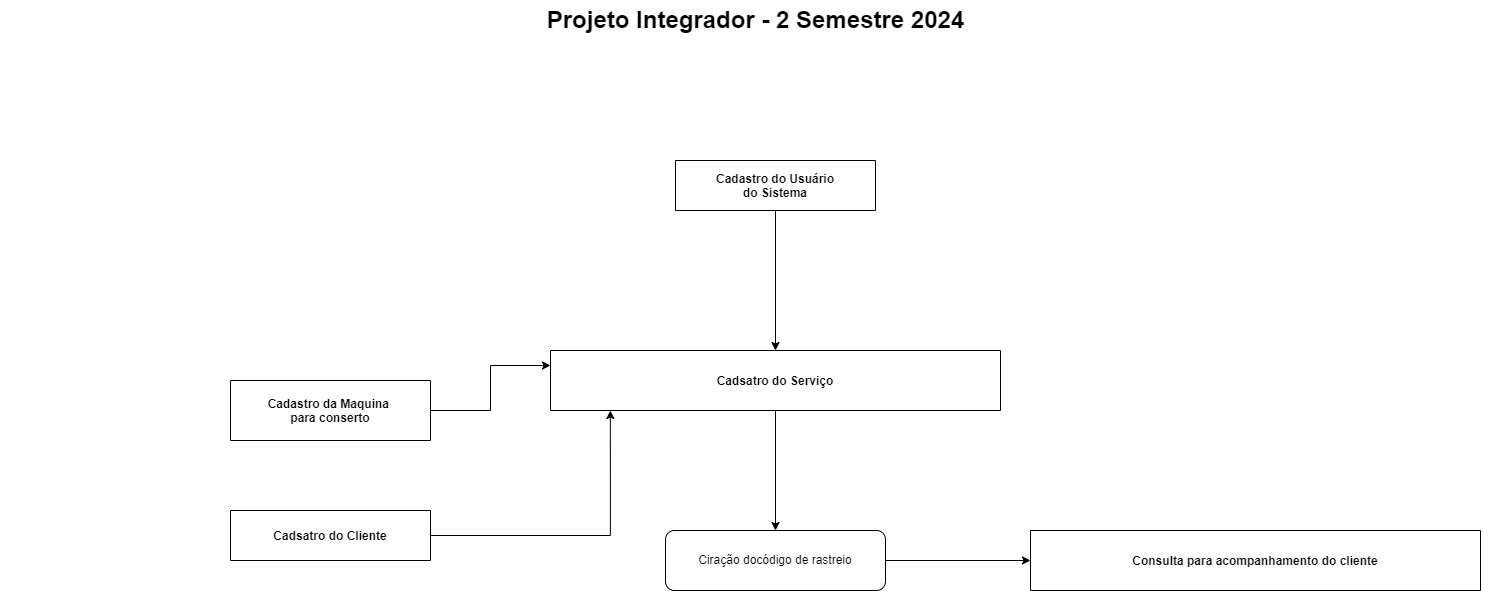
Before: Fluxo Inicial do Projeto.png, a diagram exported from draw.io (cristianocz/PROJETO-PI-2-Semestre-2024). Source tidied: cells renumbered, new cells last; positions are measured from the earlier drawing's top-left corner, leaving out a move shared by most shapes.
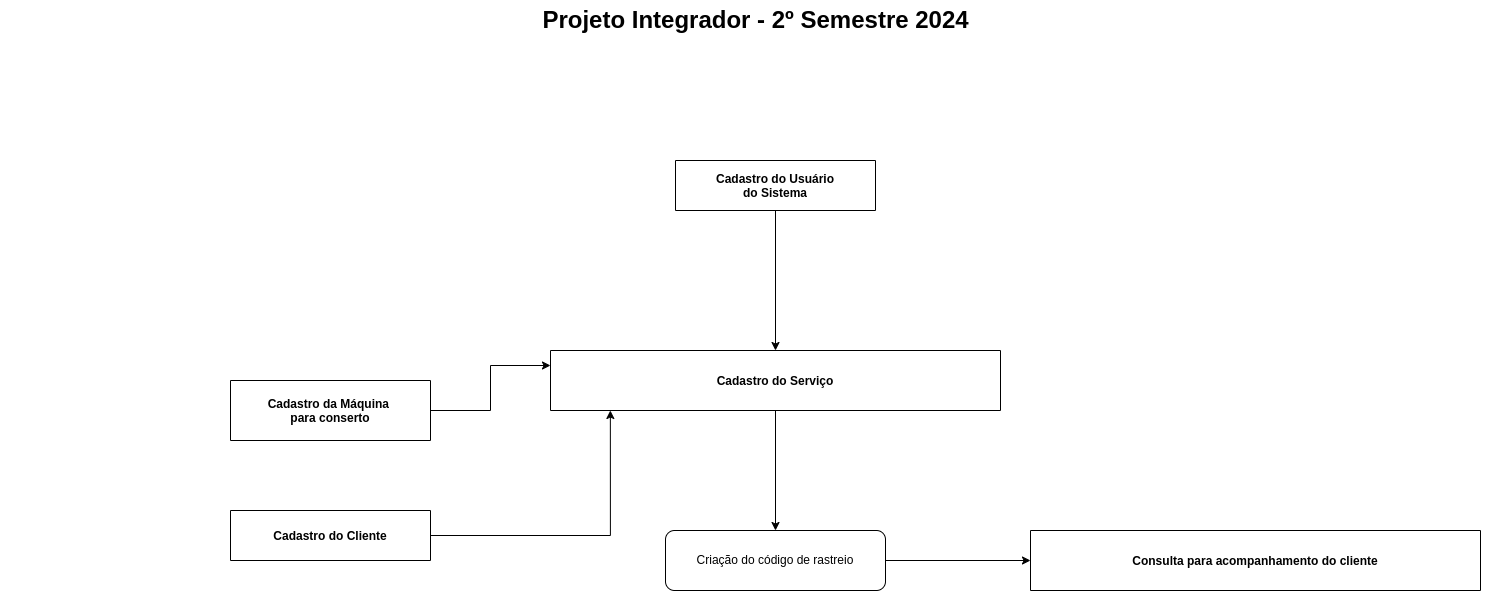
Later version of the same file.

Commit message:
Corrige alguns erros de digitação no fluxo do sistema

What changed in the source:
```diff
@@ -2,7 +2,7 @@
   <root>
     <mxCell id="0" style="html=1;" />
     <mxCell id="1" style="html=1;" parent="0" />
-    <mxCell id="2" value="Projeto Integrador - 2 Semestre 2024" style="text;strokeColor=none;fillColor=none;html=1;fontSize=24;fontStyle=1;verticalAlign=middle;align=center;" parent="1" vertex="1">
+    <mxCell id="2" value="Projeto Integrador - 2º Semestre 2024" style="text;strokeColor=none;fillColor=none;html=1;fontSize=24;fontStyle=1;verticalAlign=middle;align=center;" parent="1" vertex="1">
       <mxGeometry width="1510" height="40" as="geometry" />
     </mxCell>
     <mxCell id="3" style="edgeStyle=orthogonalEdgeStyle;rounded=0;jettySize=auto;html=1;entryX=0.5;entryY=0;entryDx=0;entryDy=0;" parent="1" edge="1" source="4" target="6">
@@ -14,25 +14,25 @@
     <mxCell id="5" style="edgeStyle=orthogonalEdgeStyle;rounded=0;jettySize=auto;html=1;" parent="1" edge="1" source="6" target="12">
       <mxGeometry relative="1" as="geometry" />
     </mxCell>
-    <mxCell id="6" value="Cadsatro do Serviço" style="swimlane;startSize=60;verticalAlign=middle;" parent="1" vertex="1">
+    <mxCell id="6" value="Cadastro do Serviço" style="swimlane;startSize=60;verticalAlign=middle;" parent="1" vertex="1">
       <mxGeometry x="550" y="350" width="450" height="60" as="geometry" />
     </mxCell>
     <mxCell id="7" style="edgeStyle=orthogonalEdgeStyle;rounded=0;jettySize=auto;html=1;entryX=0;entryY=0.25;entryDx=0;entryDy=0;" parent="1" edge="1" source="8" target="6">
       <mxGeometry relative="1" as="geometry" />
     </mxCell>
-    <mxCell id="8" value="Cadastro da Maquina &#10;para conserto" style="swimlane;startSize=60;verticalAlign=middle;" parent="1" vertex="1">
+    <mxCell id="8" value="Cadastro da Máquina &#10;para conserto" style="swimlane;startSize=60;verticalAlign=middle;" parent="1" vertex="1">
       <mxGeometry x="230" y="380" width="200" height="60" as="geometry" />
     </mxCell>
     <mxCell id="9" style="edgeStyle=orthogonalEdgeStyle;rounded=0;jettySize=auto;html=1;exitX=1;exitY=0.5;exitDx=0;exitDy=0;entryX=0.133;entryY=1;entryDx=0;entryDy=0;entryPerimeter=0;" parent="1" edge="1" source="10" target="6">
       <mxGeometry relative="1" as="geometry" />
     </mxCell>
-    <mxCell id="10" value="Cadsatro do Cliente" style="swimlane;startSize=60;verticalAlign=middle;" parent="1" vertex="1">
+    <mxCell id="10" value="Cadastro do Cliente" style="swimlane;startSize=60;verticalAlign=middle;" parent="1" vertex="1">
       <mxGeometry x="230" y="510" width="200" height="50" as="geometry" />
     </mxCell>
     <mxCell id="11" style="edgeStyle=orthogonalEdgeStyle;rounded=0;jettySize=auto;html=1;" parent="1" edge="1" source="12" target="14">
       <mxGeometry relative="1" as="geometry" />
     </mxCell>
-    <mxCell id="12" value="Ciração docódigo de rastreio" style="rounded=1;whiteSpace=wrap;html=1;" parent="1" vertex="1">
+    <mxCell id="12" value="Criação do código de rastreio" style="rounded=1;whiteSpace=wrap;html=1;" parent="1" vertex="1">
       <mxGeometry x="665" y="530" width="220" height="60" as="geometry" />
     </mxCell>
     <mxCell id="13" style="edgeStyle=orthogonalEdgeStyle;rounded=0;orthogonalLoop=1;jettySize=auto;html=1;exitX=0.5;exitY=1;exitDx=0;exitDy=0;" parent="1" edge="1" source="4" target="4">
```
